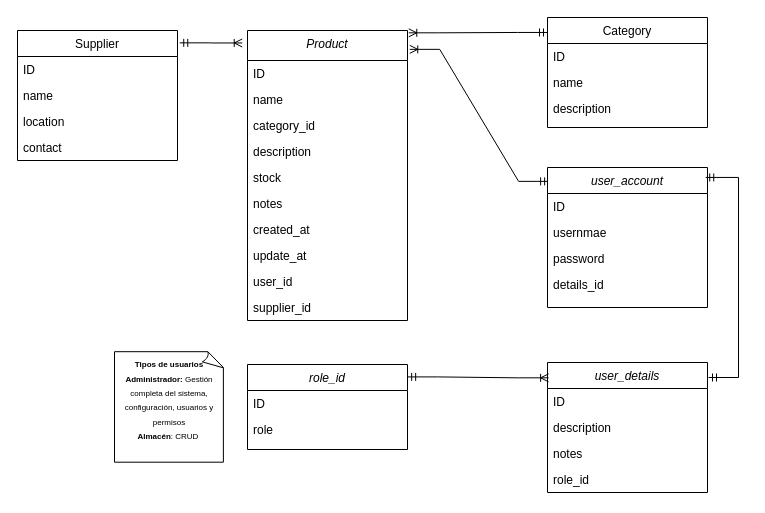
Earlier version of the draw.io diagram docs/Entity Relationship Diagram.drawio (kacubillos/devathon-backend). Source tidied: cells renumbered, new cells numbered last; positions are measured from the earlier drawing's top-left corner, leaving out a move shared by most shapes. Both pictures are drawn from the tidied source at 100%, with x=0, y=0 at pixel (17, 17).
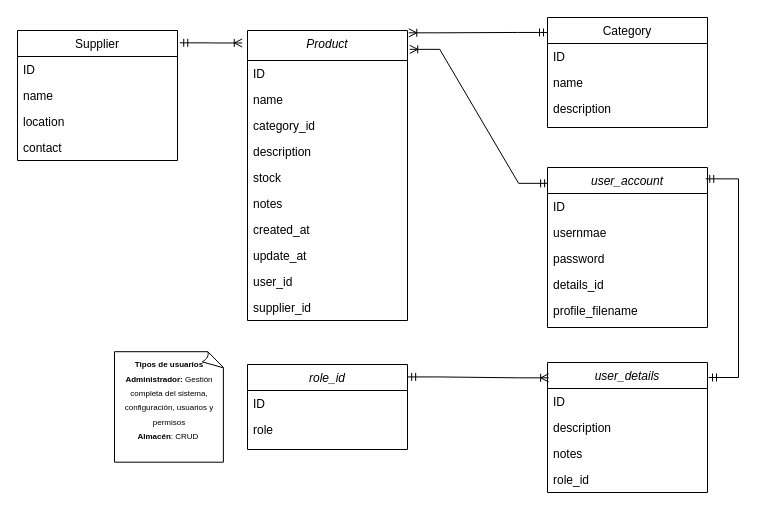
The same diagram, later.

Commit message:
feat: add profile_filename in docs

The edit, as a diff of the source:
```diff
@@
     <mxCell id="34" value="user_account" style="swimlane;fontStyle=2;align=center;verticalAlign=top;horizontal=1;startSize=26;rounded=0;shadow=0;strokeWidth=1;labelBackgroundColor=none;" parent="1" vertex="1">
-      <mxGeometry x="530" y="150" width="160" height="140" as="geometry" />
+      <mxGeometry x="530" y="150" width="160" height="160" as="geometry" />
     </mxCell>
@@
+    <mxCell id="41" value="profile_filename" style="text;align=left;verticalAlign=top;spacingLeft=4;spacingRight=4;overflow=hidden;rounded=0;shadow=0;html=0;labelBackgroundColor=none;" parent="34" vertex="1">
+      <mxGeometry y="130" width="160" height="26" as="geometry" />
+    </mxCell>
```
